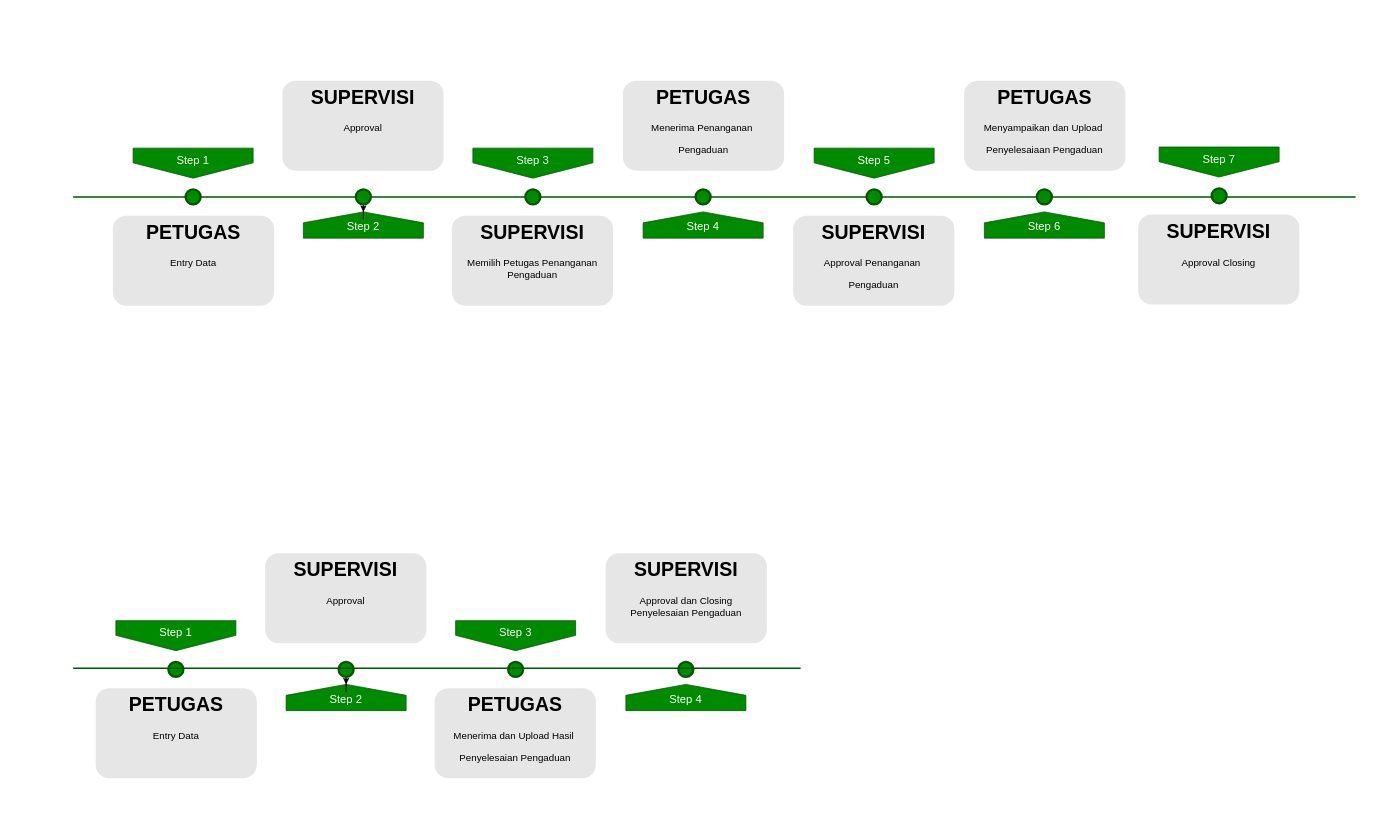
frandachi/appdiagrams keeps this draw.io diagram as Diagram/ALPAN.drawio. Above is the earlier version. Source tidied: cells renumbered, new cells numbered last; positions are measured from the earlier drawing's top-left corner, leaving out a move shared by most shapes. Both pictures are drawn from the tidied source at 75%, with x=0, y=0 at pixel (73, 80).
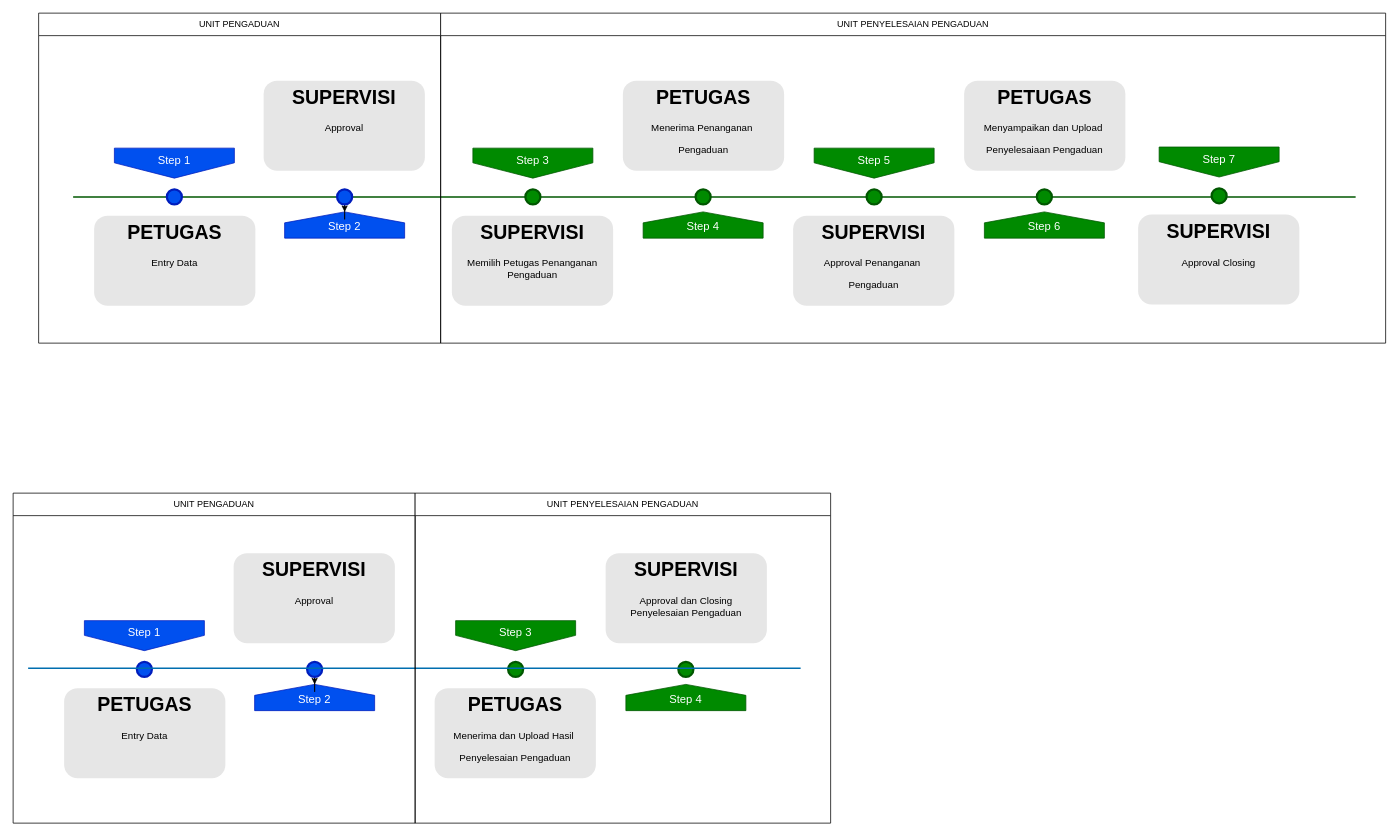
The same diagram, later.

The edit, as a diff of the source:
```diff
@@
-    <mxCell id="3" value="Step 1" style="shape=offPageConnector;whiteSpace=wrap;html=1;fillColor=#008a00;fontSize=15;fontColor=#ffffff;size=0.5093750000000015;verticalAlign=top;strokeColor=#005700;" parent="1" vertex="1">
-      <mxGeometry x="80" y="90" width="160" height="40" as="geometry" />
+    <mxCell id="3" value="Step 1" style="shape=offPageConnector;whiteSpace=wrap;html=1;fillColor=#0050ef;fontSize=15;fontColor=#ffffff;size=0.5093750000000015;verticalAlign=top;strokeColor=#001DBC;" parent="1" vertex="1">
+      <mxGeometry x="55" y="90" width="160" height="40" as="geometry" />
     </mxCell>
@@
-    <mxCell id="5" value="&lt;span&gt;Step 2&lt;/span&gt;" style="shape=offPageConnector;whiteSpace=wrap;html=1;fillColor=#008a00;fontSize=15;fontColor=#ffffff;size=0.4178571428571445;flipV=1;verticalAlign=bottom;strokeColor=#005700;spacingBottom=4;" parent="1" vertex="1">
-      <mxGeometry x="307" y="175" width="160" height="35" as="geometry" />
+    <mxCell id="5" value="&lt;span&gt;Step 2&lt;/span&gt;" style="shape=offPageConnector;whiteSpace=wrap;html=1;fillColor=#0050ef;fontSize=15;fontColor=#ffffff;size=0.4178571428571445;flipV=1;verticalAlign=bottom;strokeColor=#001DBC;spacingBottom=4;" parent="1" vertex="1">
+      <mxGeometry x="282" y="175" width="160" height="35" as="geometry" />
     </mxCell>
@@
-    <mxCell id="7" style="ellipse;whiteSpace=wrap;html=1;fillColor=#008a00;fontSize=28;fontColor=#ffffff;strokeWidth=3;strokeColor=#005700;" parent="1" vertex="1">
-      <mxGeometry x="150" y="145" width="20" height="20" as="geometry" />
+    <mxCell id="7" style="ellipse;whiteSpace=wrap;html=1;fillColor=#0050ef;fontSize=28;fontColor=#ffffff;strokeWidth=3;strokeColor=#001DBC;" parent="1" vertex="1">
+      <mxGeometry x="125" y="145" width="20" height="20" as="geometry" />
     </mxCell>
@@
-    <mxCell id="9" style="ellipse;whiteSpace=wrap;html=1;fillColor=#008a00;fontSize=28;fontColor=#ffffff;strokeWidth=3;strokeColor=#005700;" parent="1" vertex="1">
-      <mxGeometry x="377" y="145" width="20" height="20" as="geometry" />
+    <mxCell id="9" style="ellipse;whiteSpace=wrap;html=1;fillColor=#0050ef;fontSize=28;fontColor=#ffffff;strokeWidth=3;strokeColor=#001DBC;" parent="1" vertex="1">
+      <mxGeometry x="352" y="145" width="20" height="20" as="geometry" />
     </mxCell>
@@
     <mxCell id="12" value="&lt;h1&gt;PETUGAS&lt;/h1&gt;&lt;p&gt;Entry Data&lt;/p&gt;" style="text;html=1;spacing=5;spacingTop=-20;whiteSpace=wrap;overflow=hidden;strokeColor=none;strokeWidth=3;fillColor=#E6E6E6;fontSize=13;fontColor=#000000;align=center;rounded=1;" parent="1" vertex="1">
-      <mxGeometry x="53" y="180" width="215" height="120" as="geometry" />
+      <mxGeometry x="28" y="180" width="215" height="120" as="geometry" />
     </mxCell>
     <mxCell id="13" value="&lt;h1&gt;SUPERVISI&lt;/h1&gt;&lt;p&gt;Approval&lt;/p&gt;" style="text;html=1;spacing=5;spacingTop=-20;whiteSpace=wrap;overflow=hidden;strokeColor=none;strokeWidth=3;fillColor=#E6E6E6;fontSize=13;fontColor=#000000;align=center;rounded=1;" parent="1" vertex="1">
-      <mxGeometry x="279" width="215" height="120" as="geometry" />
+      <mxGeometry x="254" width="215" height="120" as="geometry" />
     </mxCell>
@@
-    <mxCell id="25" value="Step 1" style="shape=offPageConnector;whiteSpace=wrap;html=1;fillColor=#008a00;fontSize=15;fontColor=#ffffff;size=0.5093750000000015;verticalAlign=top;strokeColor=#005700;" parent="1" vertex="1">
-      <mxGeometry x="57" y="720" width="160" height="40" as="geometry" />
+    <mxCell id="25" value="Step 1" style="shape=offPageConnector;whiteSpace=wrap;html=1;fillColor=#0050ef;fontSize=15;fontColor=#ffffff;size=0.5093750000000015;verticalAlign=top;strokeColor=#001DBC;" parent="1" vertex="1">
+      <mxGeometry x="15" y="720" width="160" height="40" as="geometry" />
     </mxCell>
@@
-    <mxCell id="27" value="&lt;span&gt;Step 2&lt;/span&gt;" style="shape=offPageConnector;whiteSpace=wrap;html=1;fillColor=#008a00;fontSize=15;fontColor=#ffffff;size=0.4178571428571445;flipV=1;verticalAlign=bottom;strokeColor=#005700;spacingBottom=4;" parent="1" vertex="1">
-      <mxGeometry x="284" y="805" width="160" height="35" as="geometry" />
+    <mxCell id="27" value="&lt;span&gt;Step 2&lt;/span&gt;" style="shape=offPageConnector;whiteSpace=wrap;html=1;fillColor=#0050ef;fontSize=15;fontColor=#ffffff;size=0.4178571428571445;flipV=1;verticalAlign=bottom;strokeColor=#001DBC;spacingBottom=4;" parent="1" vertex="1">
+      <mxGeometry x="242" y="805" width="160" height="35" as="geometry" />
     </mxCell>
@@
-    <mxCell id="29" style="ellipse;whiteSpace=wrap;html=1;fillColor=#008a00;fontSize=28;fontColor=#ffffff;strokeWidth=3;strokeColor=#005700;" parent="1" vertex="1">
-      <mxGeometry x="127" y="775" width="20" height="20" as="geometry" />
+    <mxCell id="29" style="ellipse;whiteSpace=wrap;html=1;fillColor=#0050ef;fontSize=28;fontColor=#ffffff;strokeWidth=3;strokeColor=#001DBC;" parent="1" vertex="1">
+      <mxGeometry x="85" y="775" width="20" height="20" as="geometry" />
     </mxCell>
@@
-    <mxCell id="31" style="ellipse;whiteSpace=wrap;html=1;fillColor=#008a00;fontSize=28;fontColor=#ffffff;strokeWidth=3;strokeColor=#005700;" parent="1" vertex="1">
-      <mxGeometry x="354" y="775" width="20" height="20" as="geometry" />
+    <mxCell id="31" style="ellipse;whiteSpace=wrap;html=1;fillColor=#0050ef;fontSize=28;fontColor=#ffffff;strokeWidth=3;strokeColor=#001DBC;" parent="1" vertex="1">
+      <mxGeometry x="312" y="775" width="20" height="20" as="geometry" />
     </mxCell>
@@
     <mxCell id="34" value="&lt;h1&gt;PETUGAS&lt;/h1&gt;&lt;p&gt;Entry Data&lt;/p&gt;" style="text;html=1;spacing=5;spacingTop=-20;whiteSpace=wrap;overflow=hidden;strokeColor=none;strokeWidth=3;fillColor=#E6E6E6;fontSize=13;fontColor=#000000;align=center;rounded=1;" parent="1" vertex="1">
-      <mxGeometry x="30" y="810" width="215" height="120" as="geometry" />
+      <mxGeometry x="-12" y="810" width="215" height="120" as="geometry" />
     </mxCell>
     <mxCell id="35" value="&lt;h1&gt;SUPERVISI&lt;/h1&gt;&lt;p&gt;Approval&lt;/p&gt;" style="text;html=1;spacing=5;spacingTop=-20;whiteSpace=wrap;overflow=hidden;strokeColor=none;strokeWidth=3;fillColor=#E6E6E6;fontSize=13;fontColor=#000000;align=center;rounded=1;" parent="1" vertex="1">
-      <mxGeometry x="256" y="630" width="215" height="120" as="geometry" />
+      <mxGeometry x="214" y="630" width="215" height="120" as="geometry" />
     </mxCell>
@@
-    <mxCell id="38" style="line;strokeWidth=2;html=1;fillColor=#008a00;fontSize=28;fontColor=#ffffff;strokeColor=#005700;" parent="1" vertex="1">
-      <mxGeometry y="778.5" width="970" height="10" as="geometry" />
+    <mxCell id="38" style="line;strokeWidth=2;html=1;fillColor=#1ba1e2;fontSize=28;fontColor=#ffffff;strokeColor=#006EAF;" parent="1" vertex="1">
+      <mxGeometry x="-60" y="778.5" width="1030" height="10" as="geometry" />
     </mxCell>
+    <mxCell id="39" value="UNIT PENGADUAN" style="swimlane;fontStyle=0;horizontal=1;startSize=30;whiteSpace=wrap;html=1;" parent="1" vertex="1">
+      <mxGeometry x="-46" y="-90" width="536" height="440" as="geometry" />
+    </mxCell>
+    <mxCell id="40" value="UNIT PENYELESAIAN PENGADUAN" style="swimlane;fontStyle=0;horizontal=1;startSize=30;whiteSpace=wrap;html=1;" parent="1" vertex="1">
+      <mxGeometry x="490" y="-90" width="1260" height="440" as="geometry" />
+    </mxCell>
+    <mxCell id="41" value="UNIT PENGADUAN" style="swimlane;fontStyle=0;horizontal=1;startSize=30;whiteSpace=wrap;html=1;" parent="1" vertex="1">
+      <mxGeometry x="-80" y="550" width="536" height="440" as="geometry" />
+    </mxCell>
+    <mxCell id="42" value="UNIT PENYELESAIAN PENGADUAN" style="swimlane;fontStyle=0;horizontal=1;startSize=30;whiteSpace=wrap;html=1;" parent="1" vertex="1">
+      <mxGeometry x="456" y="550" width="554" height="440" as="geometry" />
+    </mxCell>
```
